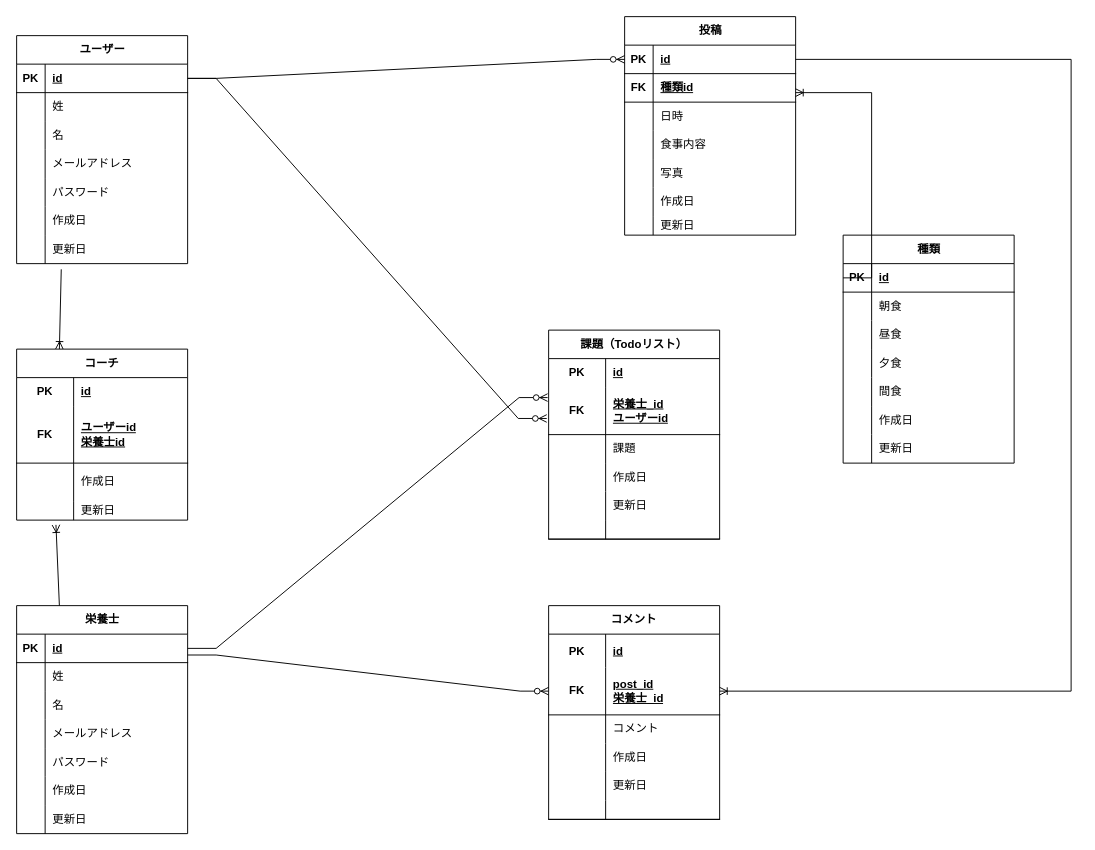
This is page "Page-1" (1 of 6) of 名称未設定ファイル.drawio from vermouthA28/-Meal_guidance_todo, a draw.io file, before an edit. Source tidied: cells renumbered, new cells numbered last; positions are measured from the earlier drawing's top-left corner, leaving out a move shared by most shapes. Both pictures are drawn from the tidied source at 95%, with x=0, y=0 at pixel (16, 16).
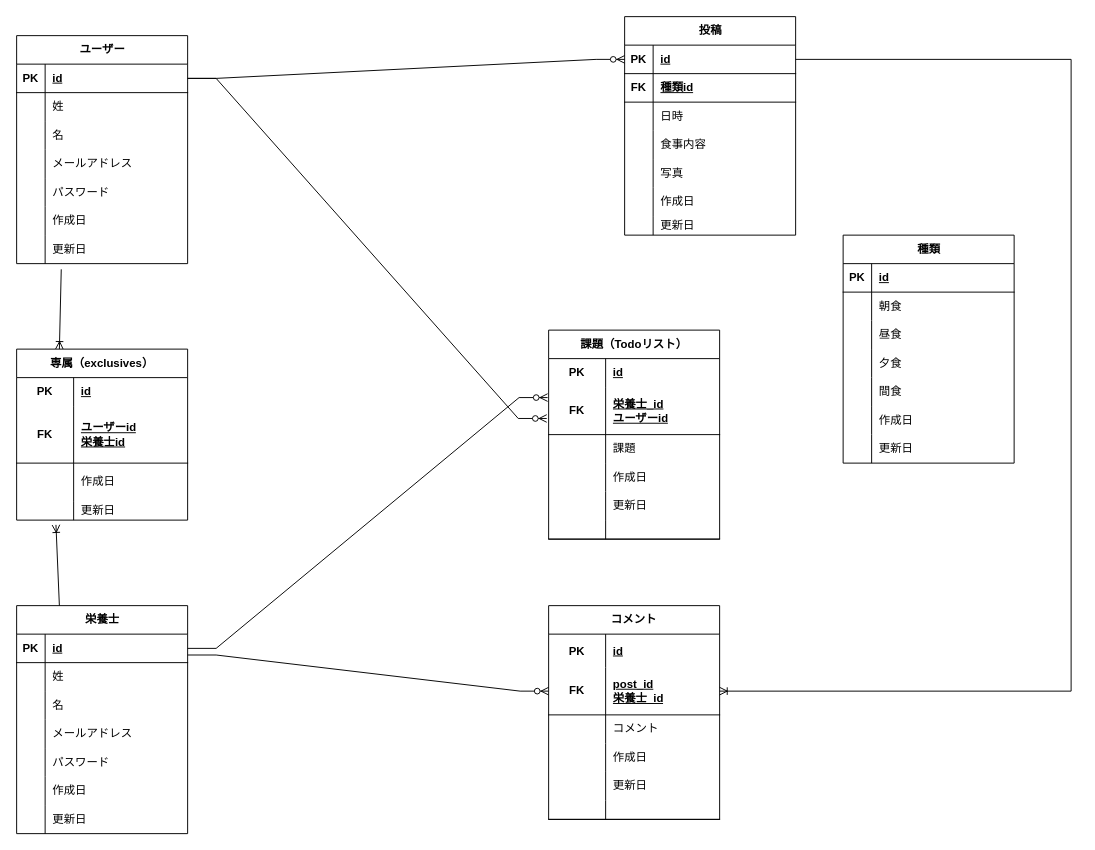
After the change.

Commit message:
名称未設定ファイル.drawio を更新します

Unchanged cells that the change refers to:
```xml
<mxCell id="127" style="shape=tableRow;horizontal=0;startSize=0;swimlaneHead=0;swimlaneBody=0;fillColor=none;points=[[0,0.5],[1,0.5]];portConstraint=eastwest;top=0;left=0;right=0;bottom=1;" parent="126" vertex="1">
  <mxGeometry y="30" width="180" height="30" as="geometry" />
</mxCell>
```

What changed in the source:
```diff
@@
-    <mxCell id="113" value="コーチ" style="shape=table;startSize=30;childLayout=tableLayout;rowLines=0;fontStyle=1;align=center;html=1;whiteSpace=wrap;fontFamily=Helvetica;fontSize=12;fontColor=default;" parent="1" vertex="1">
+    <mxCell id="113" value="専属（exclusives）" style="shape=table;startSize=30;childLayout=tableLayout;rowLines=0;fontStyle=1;align=center;html=1;whiteSpace=wrap;fontFamily=Helvetica;fontSize=12;fontColor=default;" parent="1" vertex="1">
       <mxGeometry y="350" width="180" height="180" as="geometry" />
     </mxCell>
@@
-    <mxCell id="148" style="edgeStyle=elbowEdgeStyle;fontSize=12;html=1;endArrow=ERoneToMany;rounded=0;labelBackgroundColor=default;strokeColor=default;align=center;verticalAlign=middle;fontFamily=Helvetica;fontColor=default;shape=connector;exitX=0;exitY=0.5;exitDx=0;exitDy=0;" parent="1" edge="1" source="127">
-      <mxGeometry relative="1" as="geometry">
-        <mxPoint x="820" y="80" as="targetPoint" />
-        <Array as="points">
-          <mxPoint x="900" y="130" />
-          <mxPoint x="850" y="130" />
-        </Array>
-      </mxGeometry>
-    </mxCell>
```
